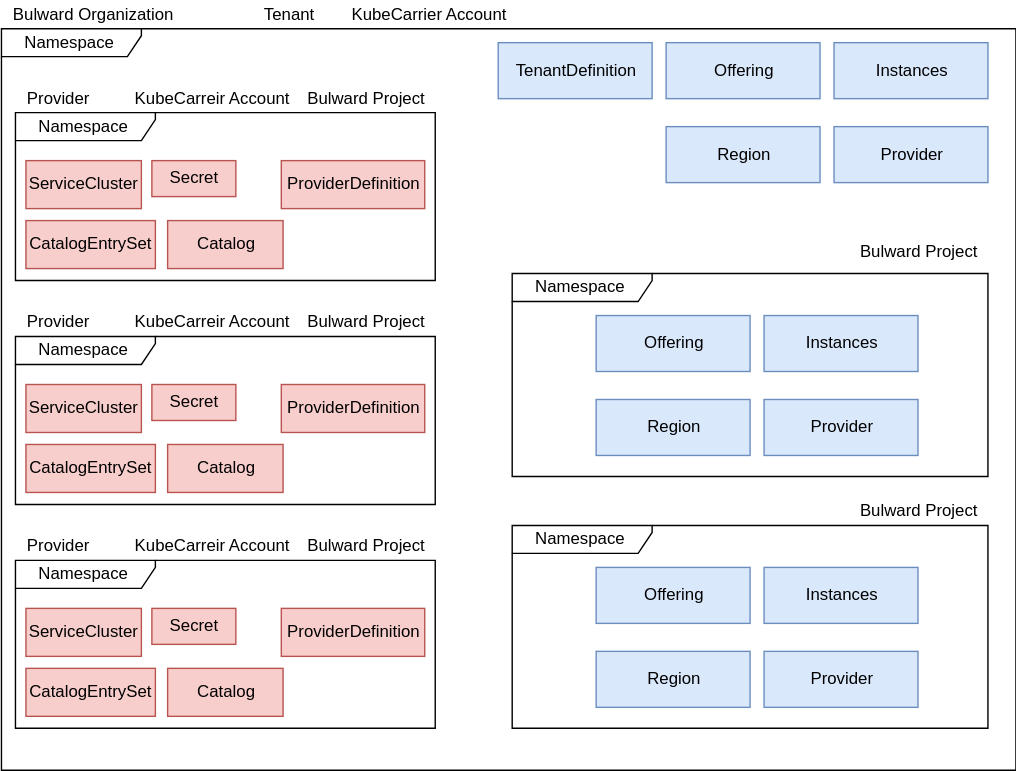
Earlier version of the draw.io export docs/concept/kubecarrier.svg (kubermatic/kubecarrier). Source tidied: cells renumbered, new cells last; positions are measured from the earlier drawing's top-left corner, leaving out a move shared by most shapes.
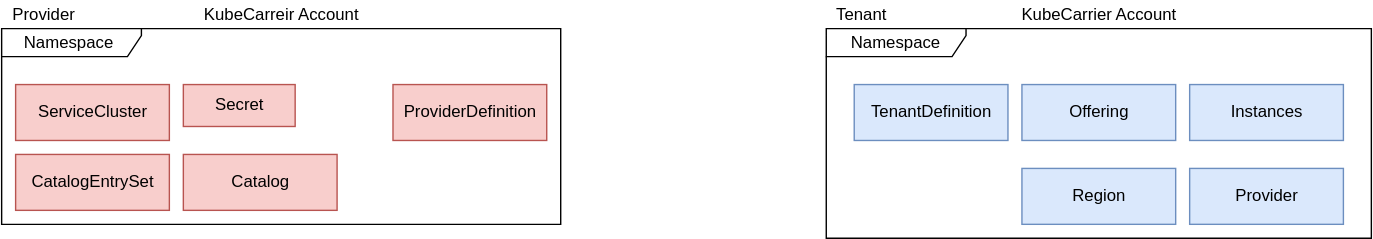
After the change.

Diff of the diagram source:
```diff
@@ -2,164 +2,56 @@
   <root>
     <mxCell id="0" />
     <mxCell id="1" parent="0" />
-    <mxCell id="2" value="Namespace&amp;nbsp;" style="shape=umlFrame;whiteSpace=wrap;html=1;width=100;height=20;" parent="1" vertex="1">
-      <mxGeometry x="-0.5" y="20" width="725" height="530" as="geometry" />
+    <mxCell id="2" value="Provider" style="text;html=1;align=center;verticalAlign=middle;" parent="1" vertex="1">
+      <mxGeometry x="-148" y="-860" width="60" height="20" as="geometry" />
     </mxCell>
-    <mxCell id="3" style="group;" parent="1" vertex="1">
-      <mxGeometry x="9.5" y="80" width="300" height="120" as="geometry" />
+    <mxCell id="3" value="KubeCarreir Account" style="text;html=1;align=center;verticalAlign=middle;" parent="1" vertex="1">
+      <mxGeometry x="-13" y="-860" width="130" height="20" as="geometry" />
     </mxCell>
-    <mxCell id="4" value="Namespace&amp;nbsp;" style="shape=umlFrame;whiteSpace=wrap;html=1;width=100;height=20;" parent="3" vertex="1">
-      <mxGeometry width="300" height="120" as="geometry" />
+    <mxCell id="4" value="Namespace" style="shape=umlFrame;whiteSpace=wrap;html=1;width=100;height=20;" parent="1" vertex="1">
+      <mxGeometry x="442" y="-840" width="390" height="150" as="geometry" />
     </mxCell>
-    <mxCell id="5" value="ServiceCluster" style="html=1;fillColor=#f8cecc;strokeColor=#b85450;" parent="3" vertex="1">
-      <mxGeometry x="7.5" y="34.3" width="82.5" height="34.3" as="geometry" />
+    <mxCell id="5" value="Tenant" style="text;html=1;align=center;verticalAlign=middle;" parent="1" vertex="1">
+      <mxGeometry x="442" y="-860" width="50" height="20" as="geometry" />
     </mxCell>
-    <mxCell id="6" value="CatalogEntrySet" style="html=1;fillColor=#f8cecc;strokeColor=#b85450;" parent="3" vertex="1">
-      <mxGeometry x="7.5" y="77.1" width="92.5" height="34.3" as="geometry" />
+    <mxCell id="6" value="KubeCarrier Account" style="text;html=1;align=center;verticalAlign=middle;" parent="1" vertex="1">
+      <mxGeometry x="572" y="-860" width="130" height="20" as="geometry" />
     </mxCell>
-    <mxCell id="7" value="Catalog" style="html=1;fillColor=#f8cecc;strokeColor=#b85450;" parent="3" vertex="1">
-      <mxGeometry x="108.8" y="77.1" width="82.5" height="34.3" as="geometry" />
+    <mxCell id="7" value="Offering" style="html=1;fillColor=#dae8fc;strokeColor=#6c8ebf;" parent="1" vertex="1">
+      <mxGeometry x="582" y="-800" width="110" height="40" as="geometry" />
     </mxCell>
-    <mxCell id="8" value="Secret" style="html=1;fillColor=#f8cecc;strokeColor=#b85450;" parent="3" vertex="1">
-      <mxGeometry x="97.5" y="34.3" width="60" height="25.7" as="geometry" />
+    <mxCell id="8" value="Region" style="html=1;fillColor=#dae8fc;strokeColor=#6c8ebf;" parent="1" vertex="1">
+      <mxGeometry x="582" y="-740" width="110" height="40" as="geometry" />
     </mxCell>
-    <mxCell id="9" value="ProviderDefinition" style="html=1;fillColor=#f8cecc;strokeColor=#b85450;" parent="3" vertex="1">
-      <mxGeometry x="190" y="34.3" width="102.5" height="34.3" as="geometry" />
+    <mxCell id="9" value="Provider" style="html=1;fillColor=#dae8fc;strokeColor=#6c8ebf;" parent="1" vertex="1">
+      <mxGeometry x="702" y="-740" width="110" height="40" as="geometry" />
     </mxCell>
-    <mxCell id="10" value="Provider" style="text;html=1;align=center;verticalAlign=middle;" parent="1" vertex="1">
-      <mxGeometry x="9.5" y="60" width="60" height="20" as="geometry" />
+    <mxCell id="10" value="Instances" style="html=1;fillColor=#dae8fc;strokeColor=#6c8ebf;" parent="1" vertex="1">
+      <mxGeometry x="702" y="-800" width="110" height="40" as="geometry" />
     </mxCell>
-    <mxCell id="11" value="KubeCarreir Account" style="text;html=1;align=center;verticalAlign=middle;" parent="1" vertex="1">
-      <mxGeometry x="84.5" y="60" width="130" height="20" as="geometry" />
+    <mxCell id="11" value="TenantDefinition" style="html=1;fillColor=#dae8fc;strokeColor=#6c8ebf;" parent="1" vertex="1">
+      <mxGeometry x="462" y="-800" width="110" height="40" as="geometry" />
     </mxCell>
     <mxCell id="12" style="group;" parent="1" vertex="1">
-      <mxGeometry x="9.5" y="240" width="300" height="120" as="geometry" />
+      <mxGeometry x="-148" y="-840" width="400" height="140" as="geometry" />
     </mxCell>
     <mxCell id="13" value="Namespace&amp;nbsp;" style="shape=umlFrame;whiteSpace=wrap;html=1;width=100;height=20;" parent="12" vertex="1">
-      <mxGeometry width="300" height="120" as="geometry" />
+      <mxGeometry width="400" height="140" as="geometry" />
     </mxCell>
     <mxCell id="14" value="ServiceCluster" style="html=1;fillColor=#f8cecc;strokeColor=#b85450;" parent="12" vertex="1">
-      <mxGeometry x="7.5" y="34.3" width="82.5" height="34.3" as="geometry" />
+      <mxGeometry x="10" y="40" width="110" height="40" as="geometry" />
     </mxCell>
     <mxCell id="15" value="CatalogEntrySet" style="html=1;fillColor=#f8cecc;strokeColor=#b85450;" parent="12" vertex="1">
-      <mxGeometry x="7.5" y="77.1" width="92.5" height="34.3" as="geometry" />
+      <mxGeometry x="10" y="90" width="110" height="40" as="geometry" />
     </mxCell>
     <mxCell id="16" value="Catalog" style="html=1;fillColor=#f8cecc;strokeColor=#b85450;" parent="12" vertex="1">
-      <mxGeometry x="108.8" y="77.1" width="82.5" height="34.3" as="geometry" />
+      <mxGeometry x="130" y="90" width="110" height="40" as="geometry" />
     </mxCell>
     <mxCell id="17" value="Secret" style="html=1;fillColor=#f8cecc;strokeColor=#b85450;" parent="12" vertex="1">
-      <mxGeometry x="97.5" y="34.3" width="60" height="25.7" as="geometry" />
+      <mxGeometry x="130" y="40" width="80" height="30" as="geometry" />
     </mxCell>
     <mxCell id="18" value="ProviderDefinition" style="html=1;fillColor=#f8cecc;strokeColor=#b85450;" parent="12" vertex="1">
-      <mxGeometry x="190" y="34.3" width="102.5" height="34.3" as="geometry" />
+      <mxGeometry x="280" y="40" width="110" height="40" as="geometry" />
     </mxCell>
-    <mxCell id="19" style="group;" parent="1" vertex="1">
-      <mxGeometry x="9.5" y="400" width="300" height="120" as="geometry" />
-    </mxCell>
-    <mxCell id="20" value="Namespace&amp;nbsp;" style="shape=umlFrame;whiteSpace=wrap;html=1;width=100;height=20;" parent="19" vertex="1">
-      <mxGeometry width="300" height="120" as="geometry" />
-    </mxCell>
-    <mxCell id="21" value="ServiceCluster" style="html=1;fillColor=#f8cecc;strokeColor=#b85450;" parent="19" vertex="1">
-      <mxGeometry x="7.5" y="34.3" width="82.5" height="34.3" as="geometry" />
-    </mxCell>
-    <mxCell id="22" value="CatalogEntrySet" style="html=1;fillColor=#f8cecc;strokeColor=#b85450;" parent="19" vertex="1">
-      <mxGeometry x="7.5" y="77.1" width="92.5" height="34.3" as="geometry" />
-    </mxCell>
-    <mxCell id="23" value="Catalog" style="html=1;fillColor=#f8cecc;strokeColor=#b85450;" parent="19" vertex="1">
-      <mxGeometry x="108.8" y="77.1" width="82.5" height="34.3" as="geometry" />
-    </mxCell>
-    <mxCell id="24" value="Secret" style="html=1;fillColor=#f8cecc;strokeColor=#b85450;" parent="19" vertex="1">
-      <mxGeometry x="97.5" y="34.3" width="60" height="25.7" as="geometry" />
-    </mxCell>
-    <mxCell id="25" value="ProviderDefinition" style="html=1;fillColor=#f8cecc;strokeColor=#b85450;" parent="19" vertex="1">
-      <mxGeometry x="190" y="34.3" width="102.5" height="34.3" as="geometry" />
-    </mxCell>
-    <mxCell id="26" value="Bulward Project" style="text;html=1;align=center;verticalAlign=middle;" parent="1" vertex="1">
-      <mxGeometry x="209.5" y="60" width="100" height="20" as="geometry" />
-    </mxCell>
-    <mxCell id="27" value="Provider" style="text;html=1;align=center;verticalAlign=middle;" parent="1" vertex="1">
-      <mxGeometry x="9.5" y="220" width="60" height="20" as="geometry" />
-    </mxCell>
-    <mxCell id="28" value="KubeCarreir Account" style="text;html=1;align=center;verticalAlign=middle;" parent="1" vertex="1">
-      <mxGeometry x="84.5" y="220" width="130" height="20" as="geometry" />
-    </mxCell>
-    <mxCell id="29" value="Bulward Project" style="text;html=1;align=center;verticalAlign=middle;" parent="1" vertex="1">
-      <mxGeometry x="209.5" y="220" width="100" height="20" as="geometry" />
-    </mxCell>
-    <mxCell id="30" value="Provider" style="text;html=1;align=center;verticalAlign=middle;" parent="1" vertex="1">
-      <mxGeometry x="9.5" y="380" width="60" height="20" as="geometry" />
-    </mxCell>
-    <mxCell id="31" value="KubeCarreir Account" style="text;html=1;align=center;verticalAlign=middle;" parent="1" vertex="1">
-      <mxGeometry x="84.5" y="380" width="130" height="20" as="geometry" />
-    </mxCell>
-    <mxCell id="32" value="Bulward Project" style="text;html=1;align=center;verticalAlign=middle;" parent="1" vertex="1">
-      <mxGeometry x="209.5" y="380" width="100" height="20" as="geometry" />
-    </mxCell>
-    <mxCell id="33" value="Bulward Organization" style="text;html=1;align=center;verticalAlign=middle;" parent="1" vertex="1">
-      <mxGeometry x="-0.5" width="130" height="20" as="geometry" />
-    </mxCell>
-    <mxCell id="34" value="Tenant" style="text;html=1;align=center;verticalAlign=middle;" parent="1" vertex="1">
-      <mxGeometry x="179.5" width="50" height="20" as="geometry" />
-    </mxCell>
-    <mxCell id="35" value="KubeCarrier Account" style="text;html=1;align=center;verticalAlign=middle;" parent="1" vertex="1">
-      <mxGeometry x="239.5" width="130" height="20" as="geometry" />
-    </mxCell>
-    <mxCell id="36" value="Offering" style="html=1;fillColor=#dae8fc;strokeColor=#6c8ebf;" parent="1" vertex="1">
-      <mxGeometry x="474.5" y="30" width="110" height="40" as="geometry" />
-    </mxCell>
-    <mxCell id="37" value="Region" style="html=1;fillColor=#dae8fc;strokeColor=#6c8ebf;" parent="1" vertex="1">
-      <mxGeometry x="474.5" y="90" width="110" height="40" as="geometry" />
-    </mxCell>
-    <mxCell id="38" value="Provider" style="html=1;fillColor=#dae8fc;strokeColor=#6c8ebf;" parent="1" vertex="1">
-      <mxGeometry x="594.5" y="90" width="110" height="40" as="geometry" />
-    </mxCell>
-    <mxCell id="39" value="Instances" style="html=1;fillColor=#dae8fc;strokeColor=#6c8ebf;" parent="1" vertex="1">
-      <mxGeometry x="594.5" y="30" width="110" height="40" as="geometry" />
-    </mxCell>
-    <mxCell id="40" value="TenantDefinition" style="html=1;fillColor=#dae8fc;strokeColor=#6c8ebf;" parent="1" vertex="1">
-      <mxGeometry x="354.5" y="30" width="110" height="40" as="geometry" />
-    </mxCell>
-    <mxCell id="41" style="group;" parent="1" vertex="1">
-      <mxGeometry x="364.5" y="180" width="340" height="160" as="geometry" />
-    </mxCell>
-    <mxCell id="42" value="Namespace&amp;nbsp;" style="shape=umlFrame;whiteSpace=wrap;html=1;width=100;height=20;" parent="41" vertex="1">
-      <mxGeometry y="15" width="340" height="145" as="geometry" />
-    </mxCell>
-    <mxCell id="43" value="Offering" style="html=1;fillColor=#dae8fc;strokeColor=#6c8ebf;" parent="41" vertex="1">
-      <mxGeometry x="60" y="45" width="110" height="40" as="geometry" />
-    </mxCell>
-    <mxCell id="44" value="Region" style="html=1;fillColor=#dae8fc;strokeColor=#6c8ebf;" parent="41" vertex="1">
-      <mxGeometry x="60" y="105" width="110" height="40" as="geometry" />
-    </mxCell>
-    <mxCell id="45" value="Provider" style="html=1;fillColor=#dae8fc;strokeColor=#6c8ebf;" parent="41" vertex="1">
-      <mxGeometry x="180" y="105" width="110" height="40" as="geometry" />
-    </mxCell>
-    <mxCell id="46" value="Instances" style="html=1;fillColor=#dae8fc;strokeColor=#6c8ebf;" parent="41" vertex="1">
-      <mxGeometry x="180" y="45" width="110" height="40" as="geometry" />
-    </mxCell>
-    <mxCell id="47" style="group;" parent="1" vertex="1">
-      <mxGeometry x="364.5" y="360" width="340" height="160" as="geometry" />
-    </mxCell>
-    <mxCell id="48" value="Namespace&amp;nbsp;" style="shape=umlFrame;whiteSpace=wrap;html=1;width=100;height=20;" parent="47" vertex="1">
-      <mxGeometry y="15" width="340" height="145" as="geometry" />
-    </mxCell>
-    <mxCell id="49" value="Offering" style="html=1;fillColor=#dae8fc;strokeColor=#6c8ebf;" parent="47" vertex="1">
-      <mxGeometry x="60" y="45" width="110" height="40" as="geometry" />
-    </mxCell>
-    <mxCell id="50" value="Region" style="html=1;fillColor=#dae8fc;strokeColor=#6c8ebf;" parent="47" vertex="1">
-      <mxGeometry x="60" y="105" width="110" height="40" as="geometry" />
-    </mxCell>
-    <mxCell id="51" value="Provider" style="html=1;fillColor=#dae8fc;strokeColor=#6c8ebf;" parent="47" vertex="1">
-      <mxGeometry x="180" y="105" width="110" height="40" as="geometry" />
-    </mxCell>
-    <mxCell id="52" value="Instances" style="html=1;fillColor=#dae8fc;strokeColor=#6c8ebf;" parent="47" vertex="1">
-      <mxGeometry x="180" y="45" width="110" height="40" as="geometry" />
-    </mxCell>
-    <mxCell id="53" value="Bulward Project" style="text;html=1;align=center;verticalAlign=middle;" parent="47" vertex="1">
-      <mxGeometry x="240" y="-5" width="100" height="20" as="geometry" />
-    </mxCell>
-    <mxCell id="54" value="Bulward Project" style="text;html=1;align=center;verticalAlign=middle;" parent="1" vertex="1">
-      <mxGeometry x="604.5" y="170" width="100" height="20" as="geometry" />
-    </mxCell>
   </root>
 </mxGraphModel>
```
